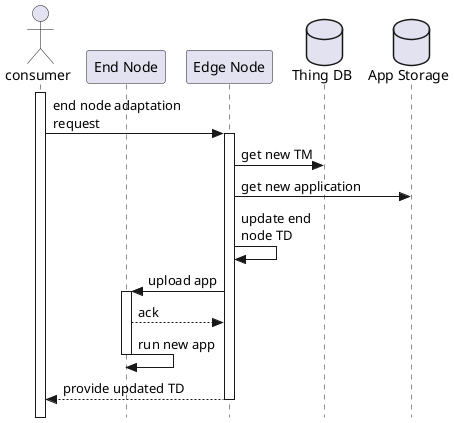
les2feup/CityLink keeps this PlantUML diagram as uml/Sequence/adaptation.png. Above is the earlier version.
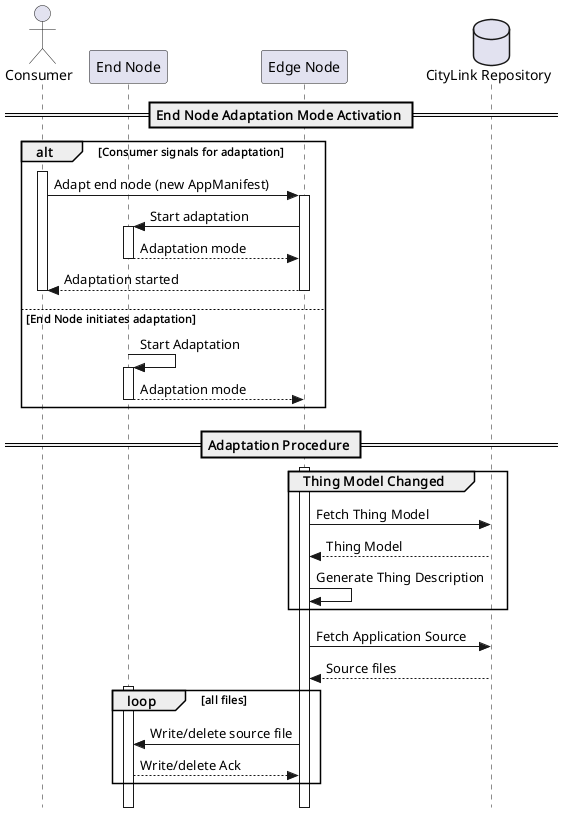
After the commit.

What changed in the source:
```diff
@@ -2,28 +2,46 @@
 !pragma teoz true
 skinparam style strictuml
 
-actor consumer
+actor "Consumer" as consumer
+participant "End Node" as endNode
+participant "Edge Node" as edgeNode
+database "CityLink Repository" as cloud
 
-participant "End Node" as iotdev
-participant "Edge Node" as node
-database "Thing DB" as db
-database "App Storage" as store
+== End Node Adaptation Mode Activation ==
 
-activate consumer
-consumer -> node : end node adaptation\nrequest
+alt Consumer signals for adaptation
+    activate consumer
+        consumer -> edgeNode: Adapt end node (new AppManifest)
+        activate edgeNode
+            edgeNode -> endNode: Start adaptation
+            activate endNode
+            return Adaptation mode
+            edgeNode --> consumer: Adaptation started
+        deactivate edgeNode
+    deactivate consumer
+else End Node initiates adaptation
+    endNode -> endNode: Start Adaptation
+    activate endNode
+    endNode --> edgeNode: Adaptation mode
+    deactivate endNode
+end
 
-activate node
+== Adaptation Procedure ==
 
-    node -> db : get new TM
-    node -> store : get new application
+activate edgeNode
+group Thing Model Changed
+    edgeNode -> cloud: Fetch Thing Model
+    cloud --> edgeNode: Thing Model
+    edgeNode -> edgeNode: Generate Thing Description
+end
 
-    node -> node : update end\nnode TD
+edgeNode -> cloud: Fetch Application Source
+cloud --> edgeNode: Source files
 
-    node -> iotdev : upload app
-    activate iotdev
-        iotdev --> node : ack
-        iotdev -> iotdev : run new app
-    deactivate iotdev
+activate endNode
+loop all files
+    edgeNode -> endNode: Write/delete source file
+    endNode --> edgeNode: Write/delete Ack
+end
 
-return provide updated TD
 @enduml
```
